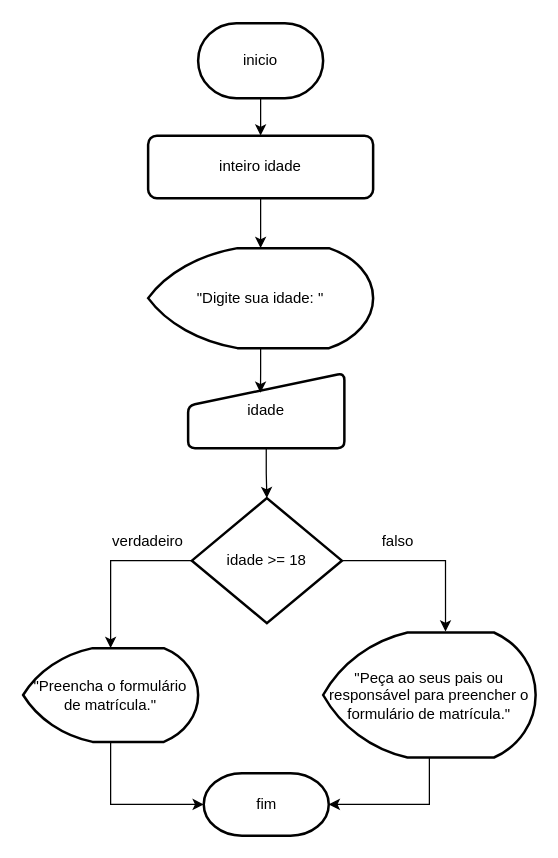
This is aula04/teste_idade.drawio from paulocampanha/java-fundamentals-n25426g, a draw.io file, before an edit. Source tidied: cells renumbered, new cells numbered last; positions are measured from the earlier drawing's top-left corner, leaving out a move shared by most shapes. Both pictures are drawn from the tidied source at 125%, with x=0, y=0 at pixel (22, 22).
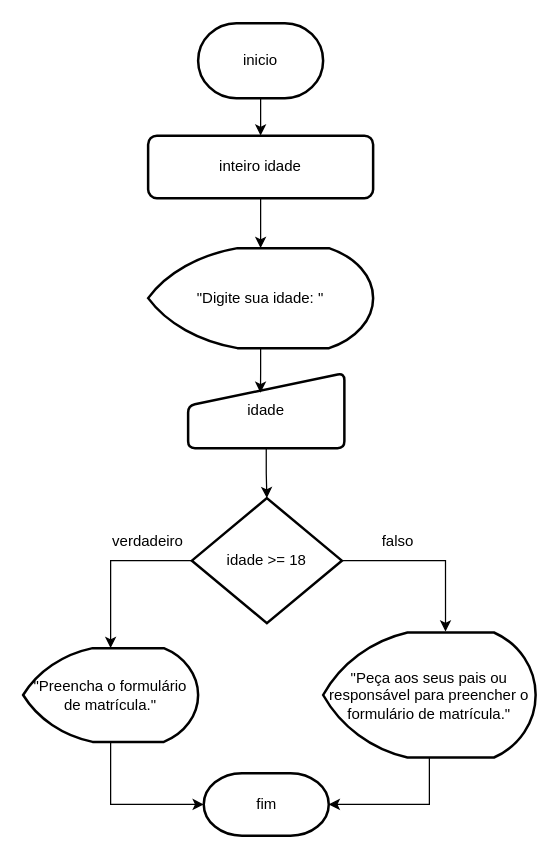
Above is the later version.

Commit message:
aula02 e aula03 adicionada

The edit, as a diff of the source:
```diff
@@
-    <mxCell id="13" value="&quot;Peça ao seus pais ou responsável para preencher o formulário de matrícula.&quot;" style="strokeWidth=2;html=1;shape=mxgraph.flowchart.display;whiteSpace=wrap;" parent="1" vertex="1">
+    <mxCell id="13" value="&quot;Peça aos seus pais ou responsável para preencher o formulário de matrícula.&quot;" style="strokeWidth=2;html=1;shape=mxgraph.flowchart.display;whiteSpace=wrap;" parent="1" vertex="1">
       <mxGeometry x="240" y="487.5" width="170" height="100" as="geometry" />
     </mxCell>
```
